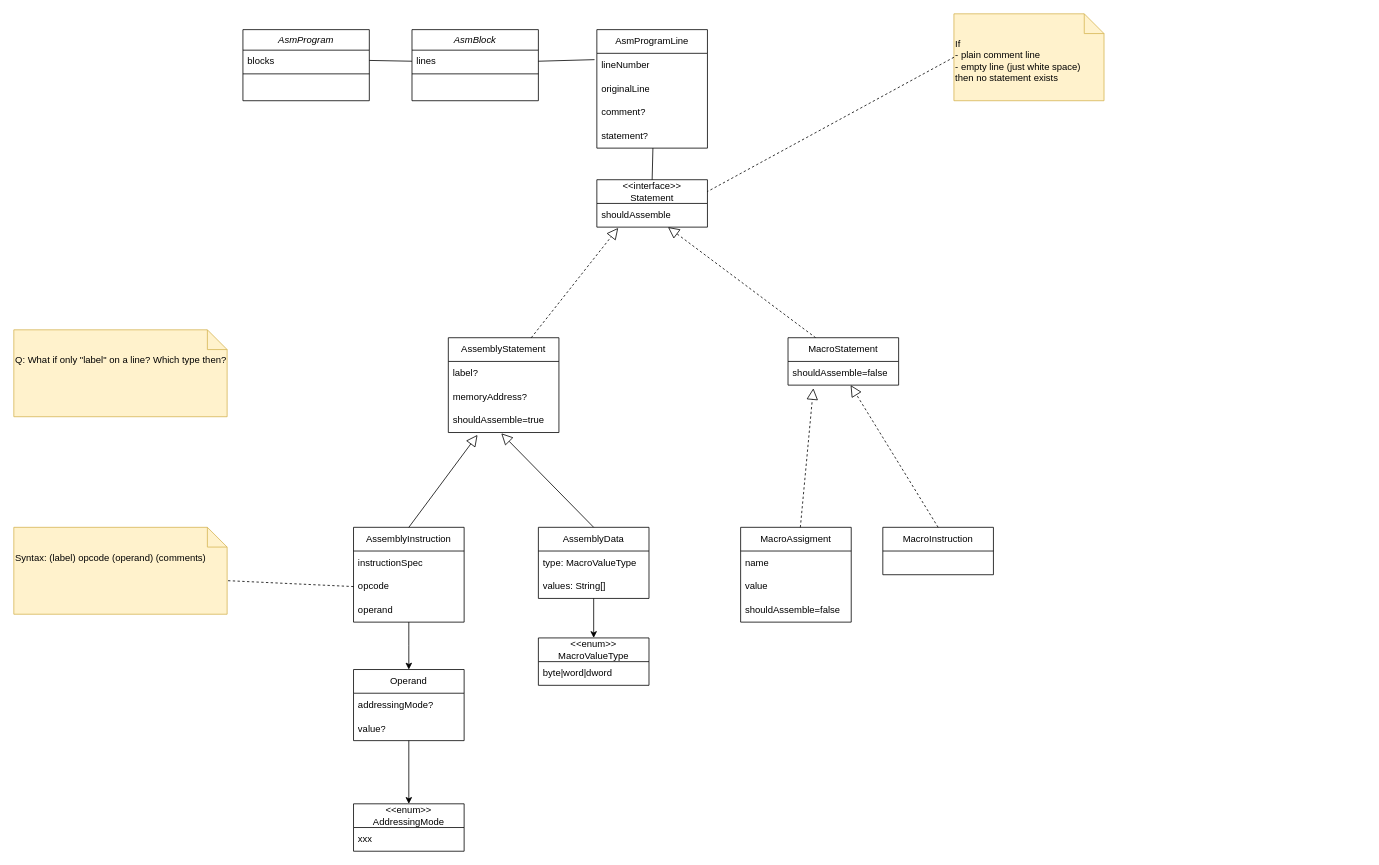
Earlier version of the draw.io diagram doc/dax64_datamodel.drawio (tevuore/dax64). Source tidied: cells renumbered, new cells numbered last; positions are measured from the earlier drawing's top-left corner, leaving out a move shared by most shapes. Both pictures are drawn from the tidied source at 79%, with x=0, y=0 at pixel (13, 13).
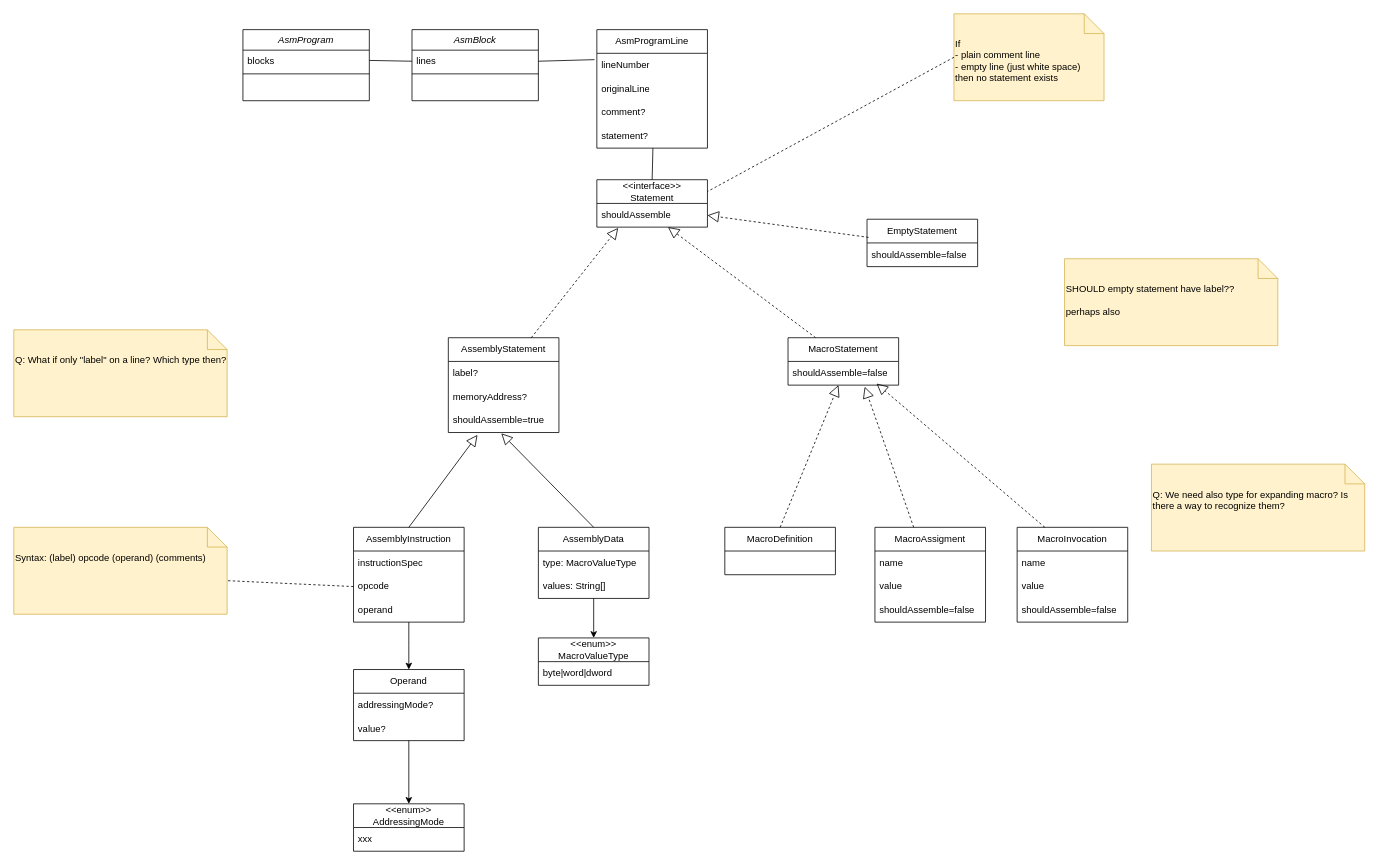
After the change.

Commit message (it also covers changes not shown here):
Refactor how empty labels is handled

The change refers to these unchanged cells:
```xml
<mxCell id="14" value="shouldAssemble" style="text;strokeColor=none;fillColor=none;align=left;verticalAlign=middle;spacingLeft=4;spacingRight=4;overflow=hidden;points=[[0,0.5],[1,0.5]];portConstraint=eastwest;whiteSpace=wrap;html=1;" parent="13" vertex="1">
  <mxGeometry y="30" width="140" height="30" as="geometry" />
</mxCell>
<mxCell id="55" value="shouldAssemble=false" style="text;strokeColor=none;fillColor=none;align=left;verticalAlign=middle;spacingLeft=4;spacingRight=4;overflow=hidden;points=[[0,0.5],[1,0.5]];portConstraint=eastwest;whiteSpace=wrap;html=1;" parent="54" vertex="1">
  <mxGeometry y="30" width="140" height="30" as="geometry" />
</mxCell>
```

The edit, as a diff of the source:
```diff
@@
     <mxCell id="34" value="MacroAssigment" style="swimlane;fontStyle=0;horizontal=1;startSize=30;whiteSpace=wrap;html=1;" parent="1" vertex="1">
-      <mxGeometry x="920" y="650" width="140" height="120" as="geometry" />
+      <mxGeometry x="1090" y="650" width="140" height="120" as="geometry" />
     </mxCell>
@@
-    <mxCell id="38" value="MacroInstruction" style="swimlane;fontStyle=0;horizontal=1;startSize=30;whiteSpace=wrap;html=1;" parent="1" vertex="1">
-      <mxGeometry x="1100" y="650" width="140" height="60" as="geometry" />
+    <mxCell id="38" value="MacroDefinition" style="swimlane;fontStyle=0;horizontal=1;startSize=30;whiteSpace=wrap;html=1;" parent="1" vertex="1">
+      <mxGeometry x="900" y="650" width="140" height="60" as="geometry" />
     </mxCell>
@@
-    <mxCell id="56" style="endArrow=block;dashed=1;endFill=0;endSize=12;html=1;rounded=0;entryX=0.229;entryY=1.133;entryDx=0;entryDy=0;entryPerimeter=0;" parent="1" edge="1" source="34" target="55">
+    <mxCell id="56" style="endArrow=block;dashed=1;endFill=0;endSize=12;html=1;rounded=0;entryX=0.693;entryY=1.067;entryDx=0;entryDy=0;entryPerimeter=0;" parent="1" edge="1" source="34" target="55">
       <mxGeometry relative="1" as="geometry" />
     </mxCell>
+    <mxCell id="57" value="EmptyStatement" style="swimlane;fontStyle=0;horizontal=1;startSize=30;whiteSpace=wrap;html=1;" parent="1" vertex="1">
+      <mxGeometry x="1080" y="260" width="140" height="60" as="geometry" />
+    </mxCell>
+    <mxCell id="58" value="shouldAssemble=false" style="text;strokeColor=none;fillColor=none;align=left;verticalAlign=middle;spacingLeft=4;spacingRight=4;overflow=hidden;whiteSpace=wrap;html=1;" parent="57" vertex="1">
+      <mxGeometry y="30" width="140" height="30" as="geometry" />
+    </mxCell>
+    <mxCell id="59" style="endArrow=block;dashed=1;endFill=0;endSize=12;html=1;rounded=0;exitX=0.014;exitY=0.383;exitDx=0;exitDy=0;entryX=1;entryY=0.5;entryDx=0;entryDy=0;exitPerimeter=0;" parent="1" edge="1" source="57" target="14">
+      <mxGeometry relative="1" as="geometry" />
+    </mxCell>
+    <mxCell id="60" value="Q: We need also type for expanding macro? Is there a way to recognize them?&lt;br&gt;&lt;br&gt;" style="shape=note2;boundedLbl=1;whiteSpace=wrap;html=1;size=25;verticalAlign=top;align=left;fillColor=#fff2cc;strokeColor=#d6b656;" parent="1" vertex="1">
+      <mxGeometry x="1440" y="570" width="270" height="110" as="geometry" />
+    </mxCell>
+    <mxCell id="61" value="MacroInvocation" style="swimlane;fontStyle=0;horizontal=1;startSize=30;whiteSpace=wrap;html=1;" parent="1" vertex="1">
+      <mxGeometry x="1270" y="650" width="140" height="120" as="geometry" />
+    </mxCell>
+    <mxCell id="62" value="name" style="text;strokeColor=none;fillColor=none;align=left;verticalAlign=middle;spacingLeft=4;spacingRight=4;overflow=hidden;whiteSpace=wrap;html=1;" parent="61" vertex="1">
+      <mxGeometry y="30" width="140" height="30" as="geometry" />
+    </mxCell>
+    <mxCell id="63" value="value" style="text;strokeColor=none;fillColor=none;align=left;verticalAlign=middle;spacingLeft=4;spacingRight=4;overflow=hidden;whiteSpace=wrap;html=1;" parent="61" vertex="1">
+      <mxGeometry y="60" width="140" height="30" as="geometry" />
+    </mxCell>
+    <mxCell id="64" value="shouldAssemble=false" style="text;strokeColor=none;fillColor=none;align=left;verticalAlign=middle;spacingLeft=4;spacingRight=4;overflow=hidden;whiteSpace=wrap;html=1;" parent="61" vertex="1">
+      <mxGeometry y="90" width="140" height="30" as="geometry" />
+    </mxCell>
+    <mxCell id="65" style="endArrow=block;dashed=1;endFill=0;endSize=12;html=1;rounded=0;entryX=0.8;entryY=0.933;entryDx=0;entryDy=0;entryPerimeter=0;exitX=0.25;exitY=0;exitDx=0;exitDy=0;" parent="1" edge="1" source="61" target="55">
+      <mxGeometry relative="1" as="geometry" />
+    </mxCell>
+    <mxCell id="66" value="SHOULD empty statement have label??&lt;br&gt;&lt;br&gt;perhaps also&amp;nbsp;" style="shape=note2;boundedLbl=1;whiteSpace=wrap;html=1;size=25;verticalAlign=top;align=left;fillColor=#fff2cc;strokeColor=#d6b656;" parent="1" vertex="1">
+      <mxGeometry x="1330" y="310" width="270" height="110" as="geometry" />
+    </mxCell>
```
